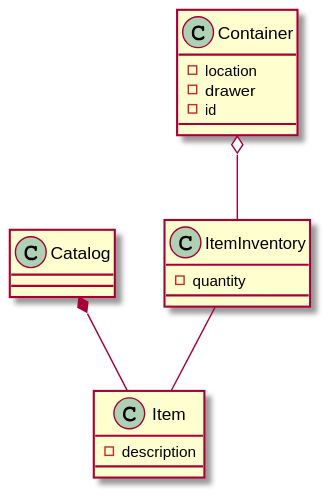
IEPSCF-Uccle-PROJWEB2-S1-2021/fablab-components keeps this PlantUML diagram as out/docs/classes/classes.svg. Above is the earlier version.
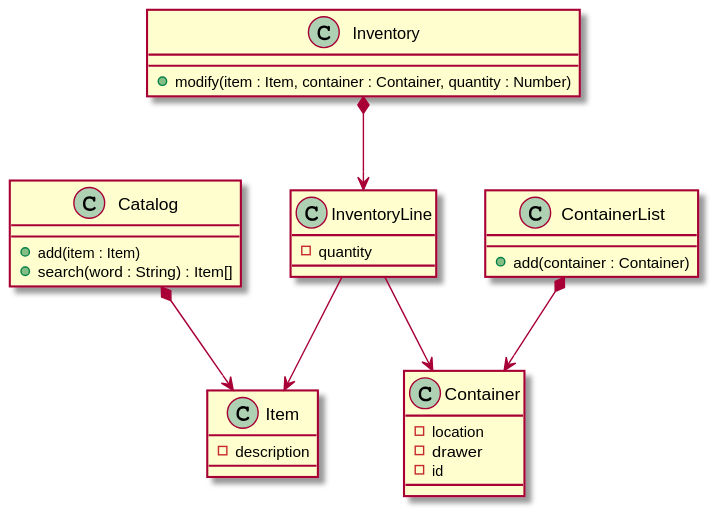
The same diagram one commit later.

Diff of the diagram source:
```diff
@@ -1,17 +1,29 @@
 @startuml classes
-class Catalog
+class Catalog {
+  + add(item : Item)
+  + search(word : String) : Item[]
+}
 class Item {
   -description
+}
+class ContainerList {
+  + add(container : Container)
 }
 class Container {
   -location
   -drawer
   -id
 }
-class ItemInventory {
+class Inventory {
+  + modify(item : Item, container : Container, quantity : Number)
+}
+class InventoryLine {
   -quantity
 }
-Catalog *-- Item
-Container o-- ItemInventory
-ItemInventory -- Item
+
+Catalog *--> Item
+ContainerList *--> Container
+Inventory *--> InventoryLine
+InventoryLine --> Container
+InventoryLine --> Item
 @enduml
```
